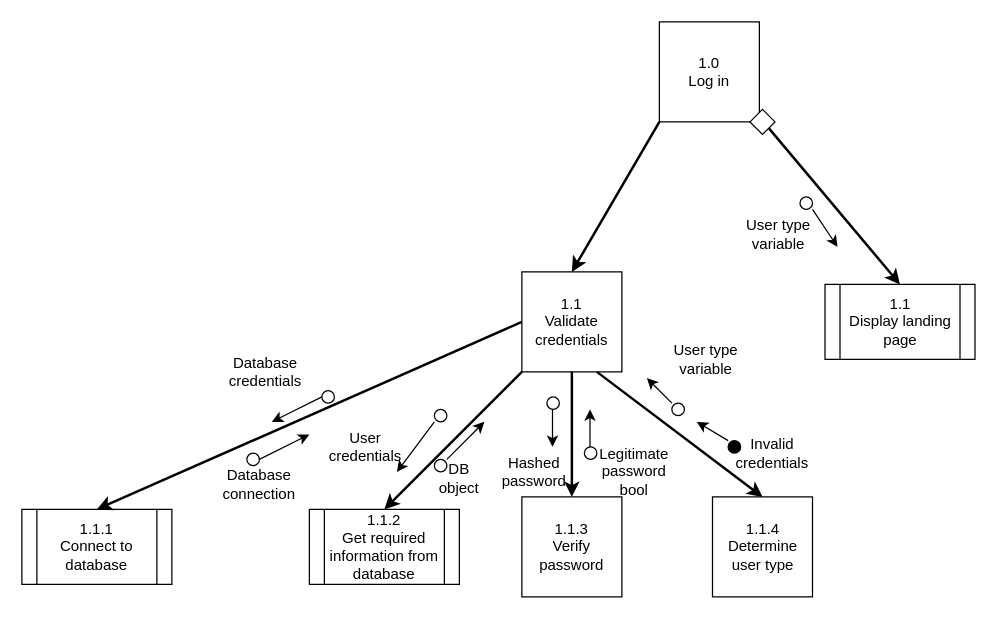
The draw.io diagram Diagrams/StructureCharts/LogInStructDia.drawio in Harlento/SchedulingSystem, before the edit. Source tidied: cells renumbered, new cells numbered last; positions are measured from the earlier drawing's top-left corner, leaving out a move shared by most shapes. Both pictures are drawn from the tidied source at 125%, with x=0, y=0 at pixel (21, 21).
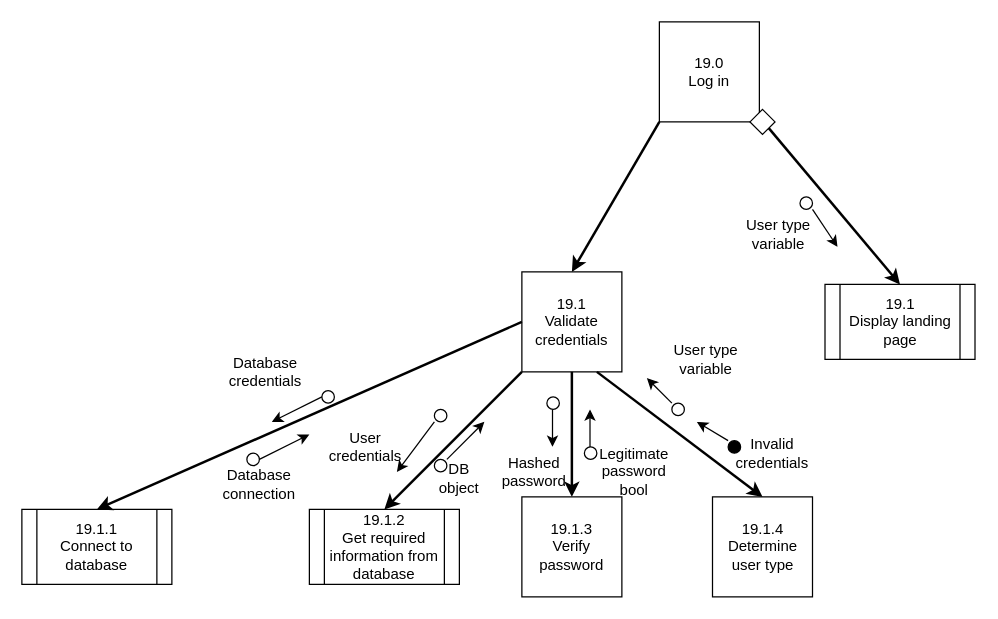
The same page after the edit.

Change to the diagram source:
```diff
@@
-    <mxCell id="10" value="1.1&lt;br&gt;Display landing page" style="shape=process;whiteSpace=wrap;html=1;backgroundOutline=1;" parent="1" vertex="1">
+    <mxCell id="10" value="19.1&lt;br&gt;Display landing page" style="shape=process;whiteSpace=wrap;html=1;backgroundOutline=1;" parent="1" vertex="1">
       <mxGeometry x="642.5" y="210" width="120" height="60" as="geometry" />
     </mxCell>
@@
-    <mxCell id="17" value="1.0&lt;br&gt;Log in" style="whiteSpace=wrap;html=1;" parent="1" vertex="1">
+    <mxCell id="17" value="19.0&lt;br&gt;Log in" style="whiteSpace=wrap;html=1;" parent="1" vertex="1">
       <mxGeometry x="510" width="80" height="80" as="geometry" />
     </mxCell>
@@
-    <mxCell id="19" value="1.1&lt;br&gt;Validate credentials" style="whiteSpace=wrap;html=1;" parent="1" vertex="1">
+    <mxCell id="19" value="19.1&lt;br&gt;Validate credentials" style="whiteSpace=wrap;html=1;" parent="1" vertex="1">
       <mxGeometry x="400" y="200" width="80" height="80" as="geometry" />
     </mxCell>
-    <mxCell id="20" value="1.1.4&lt;br&gt;Determine user type" style="whiteSpace=wrap;html=1;" parent="1" vertex="1">
+    <mxCell id="20" value="19.1.4&lt;br&gt;Determine user type" style="whiteSpace=wrap;html=1;" parent="1" vertex="1">
       <mxGeometry x="552.5" y="380" width="80" height="80" as="geometry" />
     </mxCell>
@@
-    <mxCell id="23" value="1.1.2&lt;br&gt;Get required information from database" style="shape=process;whiteSpace=wrap;html=1;backgroundOutline=1;" parent="1" vertex="1">
+    <mxCell id="23" value="19.1.2&lt;br&gt;Get required information from database" style="shape=process;whiteSpace=wrap;html=1;backgroundOutline=1;" parent="1" vertex="1">
       <mxGeometry x="230" y="390" width="120" height="60" as="geometry" />
     </mxCell>
-    <mxCell id="24" value="1.1.3&lt;br&gt;Verify password" style="whiteSpace=wrap;html=1;" parent="1" vertex="1">
+    <mxCell id="24" value="19.1.3&lt;br&gt;Verify password" style="whiteSpace=wrap;html=1;" parent="1" vertex="1">
       <mxGeometry x="400" y="380" width="80" height="80" as="geometry" />
     </mxCell>
@@
-    <mxCell id="37" value="1.1.1&lt;br&gt;Connect to database" style="shape=process;whiteSpace=wrap;html=1;backgroundOutline=1;fillColor=#FFFFFF;" parent="1" vertex="1">
+    <mxCell id="37" value="19.1.1&lt;br&gt;Connect to database" style="shape=process;whiteSpace=wrap;html=1;backgroundOutline=1;fillColor=#FFFFFF;" parent="1" vertex="1">
       <mxGeometry y="390" width="120" height="60" as="geometry" />
     </mxCell>
```
